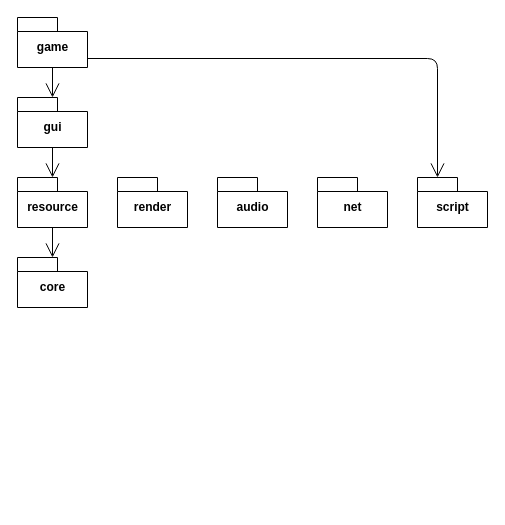
The draw.io diagram doc/classes.drawio in seedhartha/reone, before the edit. Source tidied: cells renumbered, new cells numbered last; positions are measured from the earlier drawing's top-left corner, leaving out a move shared by most shapes. Both pictures are drawn from the tidied source at 100%, with x=0, y=0 at pixel (17, 17).
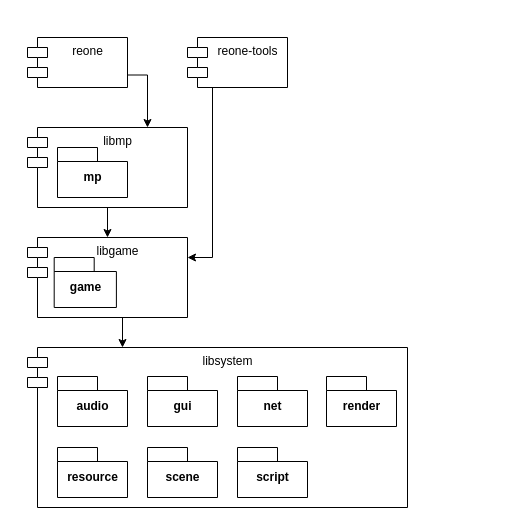
The same page after the edit.

Commit message:
doc: Update the Project Architecture diagram

[ci skip]

What changed in the source:
```diff
@@
-    <mxCell id="2" value="core" style="shape=folder;fontStyle=1;spacingTop=10;tabWidth=40;tabHeight=14;tabPosition=left;html=1;" parent="1" vertex="1">
-      <mxGeometry y="240" width="70" height="50" as="geometry" />
-    </mxCell>
+    <mxCell id="14" style="group;" parent="1" vertex="1">
+      <mxGeometry x="10" y="330" width="380" height="160" as="geometry" />
+    </mxCell>
+    <mxCell id="15" value="libsystem" style="shape=module;align=left;spacingLeft=20;align=center;verticalAlign=top;html=1;" parent="14" vertex="1">
+      <mxGeometry width="380" height="160" as="geometry" />
+    </mxCell>
-    <mxCell id="3" value="resource" style="shape=folder;fontStyle=1;spacingTop=10;tabWidth=40;tabHeight=14;tabPosition=left;html=1;" parent="1" vertex="1">
-      <mxGeometry y="160" width="70" height="50" as="geometry" />
+    <mxCell id="3" value="resource" style="shape=folder;fontStyle=1;spacingTop=10;tabWidth=40;tabHeight=14;tabPosition=left;html=1;" parent="14" vertex="1">
+      <mxGeometry x="30" y="100" width="70" height="50" as="geometry" />
     </mxCell>
-    <mxCell id="4" value="render" style="shape=folder;fontStyle=1;spacingTop=10;tabWidth=40;tabHeight=14;tabPosition=left;html=1;" parent="1" vertex="1">
-      <mxGeometry x="100" y="160" width="70" height="50" as="geometry" />
+    <mxCell id="4" value="render" style="shape=folder;fontStyle=1;spacingTop=10;tabWidth=40;tabHeight=14;tabPosition=left;html=1;" parent="14" vertex="1">
+      <mxGeometry x="299" y="29" width="70" height="50" as="geometry" />
     </mxCell>
-    <mxCell id="5" value="audio" style="shape=folder;fontStyle=1;spacingTop=10;tabWidth=40;tabHeight=14;tabPosition=left;html=1;" parent="1" vertex="1">
-      <mxGeometry x="200" y="160" width="70" height="50" as="geometry" />
+    <mxCell id="5" value="audio" style="shape=folder;fontStyle=1;spacingTop=10;tabWidth=40;tabHeight=14;tabPosition=left;html=1;" parent="14" vertex="1">
+      <mxGeometry x="30" y="29" width="70" height="50" as="geometry" />
     </mxCell>
-    <mxCell id="6" value="net" style="shape=folder;fontStyle=1;spacingTop=10;tabWidth=40;tabHeight=14;tabPosition=left;html=1;" parent="1" vertex="1">
-      <mxGeometry x="300" y="160" width="70" height="50" as="geometry" />
+    <mxCell id="6" value="net" style="shape=folder;fontStyle=1;spacingTop=10;tabWidth=40;tabHeight=14;tabPosition=left;html=1;" parent="14" vertex="1">
+      <mxGeometry x="210" y="29" width="70" height="50" as="geometry" />
     </mxCell>
-    <mxCell id="7" value="game" style="shape=folder;fontStyle=1;spacingTop=10;tabWidth=40;tabHeight=14;tabPosition=left;html=1;" parent="1" vertex="1">
-      <mxGeometry width="70" height="50" as="geometry" />
-    </mxCell>
-    <mxCell id="8" value="script" style="shape=folder;fontStyle=1;spacingTop=10;tabWidth=40;tabHeight=14;tabPosition=left;html=1;" parent="1" vertex="1">
-      <mxGeometry x="400" y="160" width="70" height="50" as="geometry" />
+    <mxCell id="8" value="script" style="shape=folder;fontStyle=1;spacingTop=10;tabWidth=40;tabHeight=14;tabPosition=left;html=1;" parent="14" vertex="1">
+      <mxGeometry x="210" y="100" width="70" height="50" as="geometry" />
     </mxCell>
-    <mxCell id="9" value="gui" style="shape=folder;fontStyle=1;spacingTop=10;tabWidth=40;tabHeight=14;tabPosition=left;html=1;" parent="1" vertex="1">
-      <mxGeometry y="80" width="70" height="50" as="geometry" />
+    <mxCell id="9" value="gui" style="shape=folder;fontStyle=1;spacingTop=10;tabWidth=40;tabHeight=14;tabPosition=left;html=1;" parent="14" vertex="1">
+      <mxGeometry x="120" y="29" width="70" height="50" as="geometry" />
     </mxCell>
-    <mxCell id="10" style="endArrow=open;endFill=1;endSize=12;html=1;" parent="1" edge="1" source="7" target="9">
-      <mxGeometry relative="1" as="geometry" />
-    </mxCell>
-    <mxCell id="11" style="endArrow=open;endFill=1;endSize=12;html=1;" parent="1" edge="1" source="9" target="3">
-      <mxGeometry relative="1" as="geometry" />
-    </mxCell>
-    <mxCell id="12" style="endArrow=open;endFill=1;endSize=12;html=1;" parent="1" edge="1" source="3" target="2">
-      <mxGeometry relative="1" as="geometry" />
-    </mxCell>
-    <mxCell id="13" style="endArrow=open;endFill=1;endSize=12;html=1;entryX=0;entryY=0;entryDx=20;entryDy=0;entryPerimeter=0;exitX=0;exitY=0;exitDx=70;exitDy=41;exitPerimeter=0;" parent="1" edge="1" source="7" target="8">
-      <mxGeometry relative="1" as="geometry">
-        <Array as="points">
-          <mxPoint x="420" y="41" />
-        </Array>
-      </mxGeometry>
-    </mxCell>
+    <mxCell id="16" value="scene" style="shape=folder;fontStyle=1;spacingTop=10;tabWidth=40;tabHeight=14;tabPosition=left;html=1;" parent="14" vertex="1">
+      <mxGeometry x="120" y="100" width="70" height="50" as="geometry" />
+    </mxCell>
+    <mxCell id="17" style="group;" parent="1" vertex="1">
+      <mxGeometry x="10" y="220" width="160" height="80" as="geometry" />
+    </mxCell>
+    <mxCell id="18" value="libgame" style="shape=module;align=center;spacingLeft=20;align=center;verticalAlign=top;html=1;labelPosition=center;verticalLabelPosition=middle;" parent="17" vertex="1">
+      <mxGeometry width="160" height="80" as="geometry" />
+    </mxCell>
+    <mxCell id="7" value="game" style="shape=folder;fontStyle=1;spacingTop=10;tabWidth=40;tabHeight=14;tabPosition=left;html=1;" parent="17" vertex="1">
+      <mxGeometry x="26.7" y="20" width="62.2" height="50" as="geometry" />
+    </mxCell>
+    <mxCell id="19" style="edgeStyle=orthogonalEdgeStyle;rounded=0;jettySize=auto;html=1;exitX=1;exitY=0.75;exitDx=0;exitDy=0;entryX=0.75;entryY=0;entryDx=0;entryDy=0;" parent="1" edge="1" source="20" target="24">
+      <mxGeometry relative="1" as="geometry" />
+    </mxCell>
+    <mxCell id="20" value="reone" style="shape=module;align=left;spacingLeft=20;align=center;verticalAlign=top;html=1;" parent="1" vertex="1">
+      <mxGeometry x="10" y="20" width="100" height="50" as="geometry" />
+    </mxCell>
+    <mxCell id="21" style="edgeStyle=orthogonalEdgeStyle;rounded=0;jettySize=auto;html=1;exitX=0.25;exitY=1;exitDx=0;exitDy=0;entryX=1;entryY=0.25;entryDx=0;entryDy=0;" parent="1" edge="1" source="22" target="18">
+      <mxGeometry relative="1" as="geometry" />
+    </mxCell>
+    <mxCell id="22" value="reone-tools" style="shape=module;align=left;spacingLeft=20;align=center;verticalAlign=top;html=1;" parent="1" vertex="1">
+      <mxGeometry x="170" y="20" width="100" height="50" as="geometry" />
+    </mxCell>
+    <mxCell id="23" style="group;" parent="1" vertex="1">
+      <mxGeometry x="10" y="110" width="160" height="80" as="geometry" />
+    </mxCell>
+    <mxCell id="24" value="libmp" style="shape=module;align=left;spacingLeft=20;align=center;verticalAlign=top;html=1;" parent="23" vertex="1">
+      <mxGeometry width="160" height="80" as="geometry" />
+    </mxCell>
+    <mxCell id="25" value="mp" style="shape=folder;fontStyle=1;spacingTop=10;tabWidth=40;tabHeight=14;tabPosition=left;html=1;align=center;" parent="23" vertex="1">
+      <mxGeometry x="30" y="20" width="70" height="50" as="geometry" />
+    </mxCell>
+    <mxCell id="26" style="edgeStyle=orthogonalEdgeStyle;rounded=0;jettySize=auto;html=1;exitX=0.5;exitY=1;exitDx=0;exitDy=0;entryX=0.25;entryY=0;entryDx=0;entryDy=0;" parent="1" edge="1" source="18" target="15">
+      <mxGeometry relative="1" as="geometry" />
+    </mxCell>
+    <mxCell id="27" style="edgeStyle=orthogonalEdgeStyle;rounded=0;jettySize=auto;html=1;exitX=0.5;exitY=1;exitDx=0;exitDy=0;entryX=0.5;entryY=0;entryDx=0;entryDy=0;" parent="1" edge="1" source="24" target="18">
+      <mxGeometry relative="1" as="geometry" />
+    </mxCell>
```
